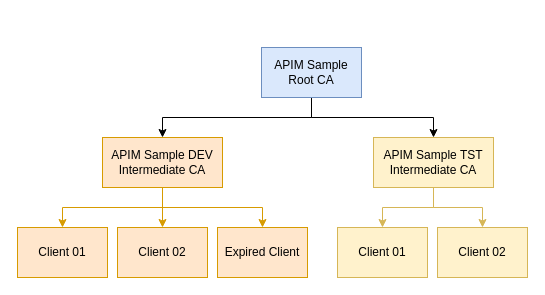
This is static/images/apim-client-certificate-series/apim-client-certificate-series.drawio from ronaldbosma/blog, a draw.io file, before an edit. Source tidied: cells renumbered, new cells numbered last; positions are measured from the earlier drawing's top-left corner, leaving out a move shared by most shapes. Both pictures are drawn from the tidied source at 100%, with x=0, y=0 at pixel (17, 47).
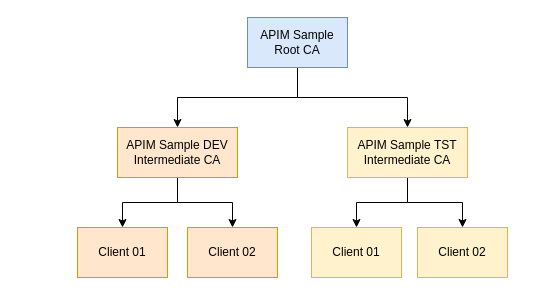
Above is the later version.

Commit message (it also covers changes not shown here):
Remove expired client from picture

What changed in the source:
```diff
@@
 <mxGraphModel>
   <root>
     <mxCell id="0" />
     <mxCell id="1" parent="0" />
     <mxCell id="2" style="edgeStyle=orthogonalEdgeStyle;rounded=0;jettySize=auto;html=1;exitX=0.5;exitY=1;exitDx=0;exitDy=0;" parent="1" edge="1" source="4" target="8">
       <mxGeometry relative="1" as="geometry" />
     </mxCell>
     <mxCell id="3" style="edgeStyle=orthogonalEdgeStyle;rounded=0;jettySize=auto;html=1;exitX=0.5;exitY=1;exitDx=0;exitDy=0;" parent="1" edge="1" source="4" target="16">
       <mxGeometry relative="1" as="geometry" />
     </mxCell>
     <mxCell id="4" value="APIM Sample&lt;br&gt;Root CA" style="rounded=0;whiteSpace=wrap;html=1;fillColor=#dae8fc;strokeColor=#6c8ebf;" parent="1" vertex="1">
-      <mxGeometry x="244" width="100" height="50" as="geometry" />
+      <mxGeometry x="230" y="-30" width="100" height="50" as="geometry" />
     </mxCell>
-    <mxCell id="5" style="edgeStyle=orthogonalEdgeStyle;rounded=0;jettySize=auto;html=1;fillColor=#ffe6cc;strokeColor=#d79b00;" parent="1" edge="1" source="8" target="9">
+    <mxCell id="5" style="edgeStyle=orthogonalEdgeStyle;rounded=0;jettySize=auto;html=1;fillColor=#ffe6cc;strokeColor=#000000;" parent="1" edge="1" source="8" target="9">
       <mxGeometry relative="1" as="geometry" />
     </mxCell>
-    <mxCell id="6" style="edgeStyle=orthogonalEdgeStyle;rounded=0;jettySize=auto;html=1;fillColor=#ffe6cc;strokeColor=#d79b00;" parent="1" edge="1" source="8" target="10">
+    <mxCell id="6" style="edgeStyle=orthogonalEdgeStyle;rounded=0;jettySize=auto;html=1;fillColor=#ffe6cc;strokeColor=#000000;" parent="1" edge="1" source="8" target="10">
       <mxGeometry relative="1" as="geometry" />
     </mxCell>
-    <mxCell id="7" style="edgeStyle=orthogonalEdgeStyle;rounded=0;jettySize=auto;html=1;fillColor=#ffe6cc;strokeColor=#d79b00;" parent="1" edge="1" source="8" target="11">
-      <mxGeometry relative="1" as="geometry" />
-    </mxCell>
     <mxCell id="8" value="APIM Sample DEV Intermediate CA" style="rounded=0;whiteSpace=wrap;html=1;fillColor=#ffe6cc;strokeColor=#d79b00;" parent="1" vertex="1">
-      <mxGeometry x="85" y="90" width="120" height="50" as="geometry" />
+      <mxGeometry x="100" y="80" width="120" height="50" as="geometry" />
     </mxCell>
     <mxCell id="9" value="Client 01" style="rounded=0;whiteSpace=wrap;html=1;fillColor=#ffe6cc;strokeColor=#d79b00;" parent="1" vertex="1">
-      <mxGeometry y="180" width="90" height="50" as="geometry" />
+      <mxGeometry x="60" y="180" width="90" height="50" as="geometry" />
     </mxCell>
     <mxCell id="10" value="Client 02" style="rounded=0;whiteSpace=wrap;html=1;fillColor=#ffe6cc;strokeColor=#d79b00;" parent="1" vertex="1">
-      <mxGeometry x="100" y="180" width="90" height="50" as="geometry" />
+      <mxGeometry x="170" y="180" width="90" height="50" as="geometry" />
     </mxCell>
-    <mxCell id="11" value="Expired Client" style="rounded=0;whiteSpace=wrap;html=1;fillColor=#ffe6cc;strokeColor=#d79b00;" parent="1" vertex="1">
-      <mxGeometry x="200" y="180" width="90" height="50" as="geometry" />
-    </mxCell>
     <mxCell id="12" value="Client 01" style="rounded=0;whiteSpace=wrap;html=1;fillColor=#fff2cc;strokeColor=#d6b656;" parent="1" vertex="1">
-      <mxGeometry x="320" y="180" width="90" height="50" as="geometry" />
+      <mxGeometry x="294" y="180" width="90" height="50" as="geometry" />
     </mxCell>
     <mxCell id="13" value="Client 02" style="rounded=0;whiteSpace=wrap;html=1;fillColor=#fff2cc;strokeColor=#d6b656;" parent="1" vertex="1">
-      <mxGeometry x="420" y="180" width="90" height="50" as="geometry" />
+      <mxGeometry x="400" y="180" width="90" height="50" as="geometry" />
     </mxCell>
-    <mxCell id="14" style="edgeStyle=orthogonalEdgeStyle;rounded=0;jettySize=auto;html=1;fillColor=#fff2cc;strokeColor=#d6b656;" parent="1" edge="1" source="16" target="12">
+    <mxCell id="14" style="edgeStyle=orthogonalEdgeStyle;rounded=0;jettySize=auto;html=1;fillColor=#fff2cc;strokeColor=#000000;" parent="1" edge="1" source="16" target="12">
       <mxGeometry relative="1" as="geometry" />
     </mxCell>
-    <mxCell id="15" style="edgeStyle=orthogonalEdgeStyle;rounded=0;jettySize=auto;html=1;fillColor=#fff2cc;strokeColor=#d6b656;" parent="1" edge="1" source="16" target="13">
+    <mxCell id="15" style="edgeStyle=orthogonalEdgeStyle;rounded=0;jettySize=auto;html=1;fillColor=#fff2cc;strokeColor=#000000;" parent="1" edge="1" source="16" target="13">
       <mxGeometry relative="1" as="geometry" />
     </mxCell>
     <mxCell id="16" value="APIM Sample TST Intermediate CA" style="rounded=0;whiteSpace=wrap;html=1;fillColor=#fff2cc;strokeColor=#d6b656;" parent="1" vertex="1">
-      <mxGeometry x="356" y="90" width="120" height="50" as="geometry" />
+      <mxGeometry x="330" y="80" width="120" height="50" as="geometry" />
     </mxCell>
   </root>
 </mxGraphModel>
```
